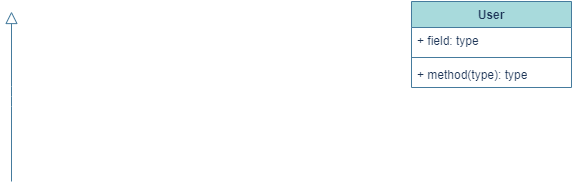
This is UML class diagram.drawio.png from zainy0805/SE_Assignment_project, a draw.io export, as it was before one commit. Source tidied: cells renumbered, new cells last; positions are measured from the earlier drawing's top-left corner, leaving out a move shared by most shapes.
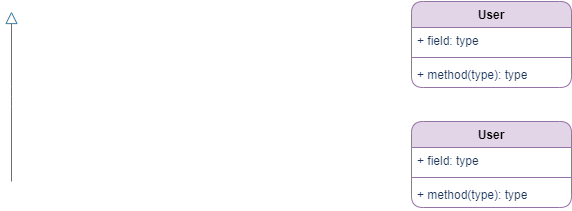
The same file after the commit.

The edit, as a diff of the source:
```diff
@@ -8,17 +8,29 @@
         <mxPoint y="10" as="targetPoint" />
       </mxGeometry>
     </mxCell>
-    <mxCell id="3" value="User" style="swimlane;fontStyle=1;align=center;verticalAlign=top;horizontal=1;startSize=26;whiteSpace=wrap;html=1;strokeColor=#457B9D;fontColor=#1D3557;fillColor=#A8DADC;" parent="1" vertex="1">
+    <mxCell id="3" value="User" style="swimlane;fontStyle=1;align=center;verticalAlign=top;horizontal=1;startSize=26;whiteSpace=wrap;html=1;strokeColor=#9673a6;fillColor=#e1d5e7;rounded=1;" parent="1" vertex="1">
       <mxGeometry x="400" width="160" height="86" as="geometry" />
     </mxCell>
-    <mxCell id="4" value="+ field: type" style="text;strokeColor=none;fillColor=none;align=left;verticalAlign=top;spacingLeft=4;spacingRight=4;overflow=hidden;whiteSpace=wrap;html=1;fontColor=#1D3557;" parent="3" vertex="1">
+    <mxCell id="4" value="+ field: type" style="text;strokeColor=none;fillColor=none;align=left;verticalAlign=top;spacingLeft=4;spacingRight=4;overflow=hidden;whiteSpace=wrap;html=1;fontColor=#1D3557;rounded=1;" parent="3" vertex="1">
       <mxGeometry y="26" width="160" height="26" as="geometry" />
     </mxCell>
-    <mxCell id="5" style="line;strokeWidth=1;fillColor=none;align=left;verticalAlign=middle;spacingTop=-1;spacingLeft=3;spacingRight=3;labelPosition=right;strokeColor=inherit;fontColor=#1D3557;" parent="3" vertex="1">
+    <mxCell id="5" style="line;strokeWidth=1;fillColor=none;align=left;verticalAlign=middle;spacingTop=-1;spacingLeft=3;spacingRight=3;labelPosition=right;strokeColor=inherit;fontColor=#1D3557;rounded=1;" parent="3" vertex="1">
       <mxGeometry y="52" width="160" height="8" as="geometry" />
     </mxCell>
-    <mxCell id="6" value="+ method(type): type" style="text;strokeColor=none;fillColor=none;align=left;verticalAlign=top;spacingLeft=4;spacingRight=4;overflow=hidden;whiteSpace=wrap;html=1;fontColor=#1D3557;" parent="3" vertex="1">
+    <mxCell id="6" value="+ method(type): type" style="text;strokeColor=none;fillColor=none;align=left;verticalAlign=top;spacingLeft=4;spacingRight=4;overflow=hidden;whiteSpace=wrap;html=1;fontColor=#1D3557;rounded=1;" parent="3" vertex="1">
       <mxGeometry y="60" width="160" height="26" as="geometry" />
     </mxCell>
+    <mxCell id="7" value="User" style="swimlane;fontStyle=1;align=center;verticalAlign=top;horizontal=1;startSize=26;whiteSpace=wrap;html=1;strokeColor=#9673a6;fillColor=#e1d5e7;rounded=1;" parent="1" vertex="1">
+      <mxGeometry x="400" y="120" width="160" height="86" as="geometry" />
+    </mxCell>
+    <mxCell id="8" value="+ field: type" style="text;strokeColor=none;fillColor=none;align=left;verticalAlign=top;spacingLeft=4;spacingRight=4;overflow=hidden;whiteSpace=wrap;html=1;fontColor=#1D3557;rounded=1;" parent="7" vertex="1">
+      <mxGeometry y="26" width="160" height="26" as="geometry" />
+    </mxCell>
+    <mxCell id="9" style="line;strokeWidth=1;fillColor=none;align=left;verticalAlign=middle;spacingTop=-1;spacingLeft=3;spacingRight=3;labelPosition=right;strokeColor=inherit;fontColor=#1D3557;rounded=1;" parent="7" vertex="1">
+      <mxGeometry y="52" width="160" height="8" as="geometry" />
+    </mxCell>
+    <mxCell id="10" value="+ method(type): type" style="text;strokeColor=none;fillColor=none;align=left;verticalAlign=top;spacingLeft=4;spacingRight=4;overflow=hidden;whiteSpace=wrap;html=1;fontColor=#1D3557;rounded=1;" parent="7" vertex="1">
+      <mxGeometry y="60" width="160" height="26" as="geometry" />
+    </mxCell>
   </root>
 </mxGraphModel>
```
